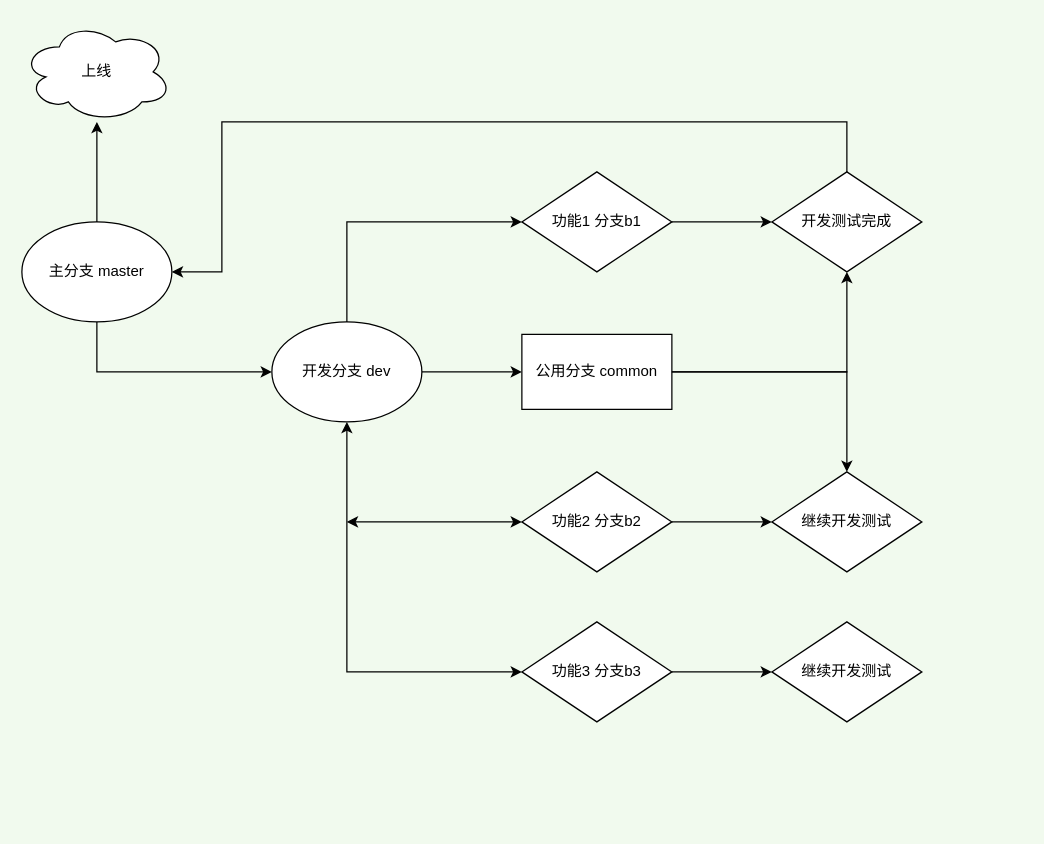
Before: 开发使用分支说明.drawio in Cy-Draw/Flowchart, a draw.io diagram. Source tidied: cells renumbered, new cells numbered last; positions are measured from the earlier drawing's top-left corner, leaving out a move shared by most shapes. Both pictures are drawn from the tidied source at 125%, with x=0, y=0 at pixel (21, 21).
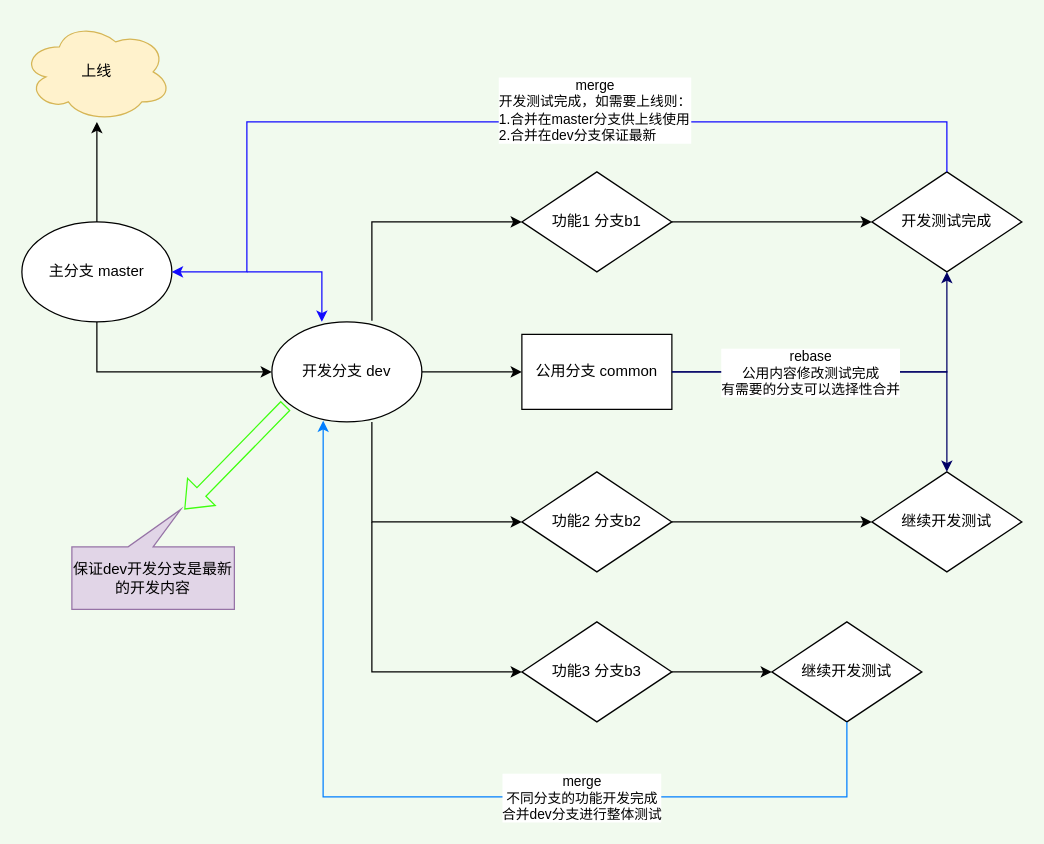
Above is the later version.

Commit message:
更新开发使用分支说明.drawio

The change refers to these unchanged cells:
```xml
<mxCell id="4" value="开发分支 dev" style="ellipse;whiteSpace=wrap;html=1;" parent="1" vertex="1">
  <mxGeometry x="200" y="240" width="120" height="80" as="geometry" />
</mxCell>
<mxCell id="6" value="功能1 分支b1" style="rhombus;whiteSpace=wrap;html=1;" parent="1" vertex="1">
  <mxGeometry x="400" y="120" width="120" height="80" as="geometry" />
</mxCell>
<mxCell id="7" value="功能3 分支b3" style="rhombus;whiteSpace=wrap;html=1;" parent="1" vertex="1">
  <mxGeometry x="400" y="480" width="120" height="80" as="geometry" />
</mxCell>
<mxCell id="11" value="功能2 分支b2" style="rhombus;whiteSpace=wrap;html=1;" parent="1" vertex="1">
  <mxGeometry x="400" y="360" width="120" height="80" as="geometry" />
</mxCell>
<mxCell id="17" value="继续开发测试" style="rhombus;whiteSpace=wrap;html=1;" parent="1" vertex="1">
  <mxGeometry x="600" y="480" width="120" height="80" as="geometry" />
</mxCell>
<mxCell id="19" value="公用分支 common" style="whiteSpace=wrap;html=1;" parent="1" vertex="1">
  <mxGeometry x="400" y="250" width="120" height="60" as="geometry" />
</mxCell>
```

Change to the diagram source:
```diff
@@
-    <mxCell id="9" style="endArrow=classic;html=1;rounded=0;exitX=0.5;exitY=0;exitDx=0;exitDy=0;entryX=0;entryY=0.5;entryDx=0;entryDy=0;" parent="1" edge="1" source="4" target="6">
+    <mxCell id="9" style="endArrow=classic;html=1;rounded=0;exitX=0.667;exitY=-0.012;exitDx=0;exitDy=0;entryX=0;entryY=0.5;entryDx=0;entryDy=0;exitPerimeter=0;" parent="1" edge="1" source="4" target="6">
       <mxGeometry relative="1" as="geometry">
         <Array as="points">
-          <mxPoint x="260" y="160" />
+          <mxPoint x="280" y="160" />
         </Array>
       </mxGeometry>
     </mxCell>
@@
     <mxCell id="12" value="开发测试完成" style="rhombus;whiteSpace=wrap;html=1;" parent="1" vertex="1">
-      <mxGeometry x="600" y="120" width="120" height="80" as="geometry" />
+      <mxGeometry x="680" y="120" width="120" height="80" as="geometry" />
     </mxCell>
-    <mxCell id="13" value="上线" style="ellipse;shape=cloud;whiteSpace=wrap;html=1;" parent="1" vertex="1">
+    <mxCell id="13" value="上线" style="ellipse;shape=cloud;whiteSpace=wrap;html=1;fillColor=#fff2cc;strokeColor=#d6b656;" parent="1" vertex="1">
       <mxGeometry width="120" height="80" as="geometry" />
     </mxCell>
-    <mxCell id="14" style="endArrow=classic;html=1;rounded=0;exitX=0.5;exitY=0;exitDx=0;exitDy=0;" parent="1" edge="1" source="12">
+    <mxCell id="14" style="endArrow=classic;html=1;rounded=0;exitX=0.5;exitY=0;exitDx=0;exitDy=0;strokeColor=#120AFF;" parent="1" edge="1" source="12">
       <mxGeometry relative="1" as="geometry">
         <mxPoint x="120" y="200" as="targetPoint" />
         <Array as="points">
-          <mxPoint x="660" y="80" />
-          <mxPoint x="160" y="80" />
-          <mxPoint x="160" y="200" />
+          <mxPoint x="740" y="80" />
+          <mxPoint x="180" y="80" />
+          <mxPoint x="180" y="200" />
         </Array>
       </mxGeometry>
     </mxCell>
+    <mxCell id="24" value="&lt;div style=&quot;text-align: center;&quot;&gt;merge&lt;/div&gt;开发测试完成，如需要上线则：&lt;br&gt;1.合并在master分支供上线使用&lt;br&gt;2.合并在dev分支保证最新" style="edgeLabel;html=1;align=left;verticalAlign=middle;labelPosition=right;verticalLabelPosition=middle;" parent="14" vertex="1">
+      <mxGeometry x="-0.09" y="2" relative="1" as="geometry">
+        <mxPoint x="-45" y="-12" as="offset" />
+      </mxGeometry>
+    </mxCell>
@@
-    <mxCell id="16" style="endArrow=classic;startArrow=classic;html=1;rounded=0;entryX=0.5;entryY=1;entryDx=0;entryDy=0;" parent="1" edge="1" source="7" target="4">
+    <mxCell id="16" style="endArrow=classic;startArrow=none;html=1;rounded=0;entryX=0;entryY=0.5;entryDx=0;entryDy=0;startFill=0;" parent="1" edge="1" target="7">
       <mxGeometry relative="1" as="geometry">
+        <mxPoint x="280" y="400" as="sourcePoint" />
         <Array as="points">
-          <mxPoint x="260" y="520" />
+          <mxPoint x="280" y="520" />
         </Array>
       </mxGeometry>
     </mxCell>
@@
     <mxCell id="18" value="继续开发测试" style="rhombus;whiteSpace=wrap;html=1;" parent="1" vertex="1">
-      <mxGeometry x="600" y="360" width="120" height="80" as="geometry" />
+      <mxGeometry x="680" y="360" width="120" height="80" as="geometry" />
     </mxCell>
@@
-    <mxCell id="21" style="endArrow=classic;startArrow=classic;html=1;rounded=0;entryX=0;entryY=0.5;entryDx=0;entryDy=0;" parent="1" edge="1" target="11">
+    <mxCell id="21" style="endArrow=classic;startArrow=none;html=1;rounded=0;entryX=0;entryY=0.5;entryDx=0;entryDy=0;startFill=0;" parent="1" edge="1" target="11">
       <mxGeometry relative="1" as="geometry">
-        <mxPoint x="260" y="400" as="sourcePoint" />
+        <mxPoint x="280" y="320" as="sourcePoint" />
+        <Array as="points">
+          <mxPoint x="280" y="400" />
+        </Array>
       </mxGeometry>
     </mxCell>
-    <mxCell id="22" style="endArrow=classic;html=1;rounded=0;exitX=1;exitY=0.5;exitDx=0;exitDy=0;entryX=0.5;entryY=0;entryDx=0;entryDy=0;" parent="1" edge="1" source="19" target="18">
+    <mxCell id="22" style="endArrow=classic;html=1;rounded=0;exitX=1;exitY=0.5;exitDx=0;exitDy=0;entryX=0.5;entryY=0;entryDx=0;entryDy=0;strokeColor=#000066;" parent="1" edge="1" source="19" target="18">
       <mxGeometry relative="1" as="geometry">
         <Array as="points">
-          <mxPoint x="660" y="280" />
+          <mxPoint x="740" y="280" />
         </Array>
       </mxGeometry>
     </mxCell>
-    <mxCell id="23" style="endArrow=classic;html=1;rounded=0;entryX=0.5;entryY=1;entryDx=0;entryDy=0;" parent="1" edge="1" target="12">
+    <mxCell id="23" style="endArrow=classic;html=1;rounded=0;entryX=0.5;entryY=1;entryDx=0;entryDy=0;strokeColor=#000066;" parent="1" edge="1" target="12">
       <mxGeometry relative="1" as="geometry">
         <mxPoint x="520" y="280" as="sourcePoint" />
         <Array as="points">
-          <mxPoint x="660" y="280" />
+          <mxPoint x="740" y="280" />
         </Array>
       </mxGeometry>
     </mxCell>
+    <mxCell id="25" value="rebase&lt;br&gt;公用内容修改测试完成&lt;br&gt;有需要的分支可以选择性合并" style="edgeLabel;html=1;align=center;verticalAlign=middle;" parent="23" vertex="1">
+      <mxGeometry x="-0.15" relative="1" as="geometry">
+        <mxPoint x="-18" as="offset" />
+      </mxGeometry>
+    </mxCell>
+    <mxCell id="26" style="endArrow=classic;html=1;rounded=0;strokeColor=#120AFF;" parent="1" edge="1">
+      <mxGeometry relative="1" as="geometry">
+        <mxPoint x="180" y="200" as="sourcePoint" />
+        <mxPoint x="240" y="240" as="targetPoint" />
+        <Array as="points">
+          <mxPoint x="240" y="200" />
+        </Array>
+      </mxGeometry>
+    </mxCell>
+    <mxCell id="27" style="endArrow=classic;html=1;rounded=0;exitX=0.5;exitY=1;exitDx=0;exitDy=0;entryX=0.342;entryY=0.988;entryDx=0;entryDy=0;entryPerimeter=0;strokeColor=#007FFF;" parent="1" edge="1" source="17" target="4">
+      <mxGeometry relative="1" as="geometry">
+        <Array as="points">
+          <mxPoint x="660" y="620" />
+          <mxPoint x="241" y="620" />
+        </Array>
+      </mxGeometry>
+    </mxCell>
+    <mxCell id="28" value="merge&lt;br&gt;不同分支的功能开发完成&lt;br&gt;合并dev分支进行整体测试&lt;br&gt;" style="edgeLabel;html=1;align=center;verticalAlign=middle;" parent="27" vertex="1">
+      <mxGeometry x="-0.14" relative="1" as="geometry">
+        <mxPoint x="62" as="offset" />
+      </mxGeometry>
+    </mxCell>
+    <mxCell id="29" value="保证dev开发分支是最新的开发内容" style="shape=callout;whiteSpace=wrap;html=1;perimeter=calloutPerimeter;direction=west;position2=0.33;fillColor=#e1d5e7;strokeColor=#9673a6;" parent="1" vertex="1">
+      <mxGeometry x="40" y="390" width="130" height="80" as="geometry" />
+    </mxCell>
+    <mxCell id="30" style="shape=flexArrow;endArrow=classic;html=1;rounded=0;exitX=0.092;exitY=0.838;exitDx=0;exitDy=0;exitPerimeter=0;strokeColor=#3FFF0F;" parent="1" edge="1" source="4">
+      <mxGeometry relative="1" as="geometry">
+        <mxPoint x="130" y="390" as="targetPoint" />
+      </mxGeometry>
+    </mxCell>
```
